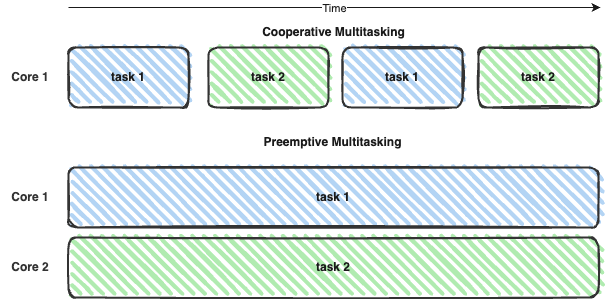
jaragont/orchestration-workshop keeps this draw.io diagram as assets/gitbook/images/concurrency_parallelism.png. Above is the earlier version. Source tidied: cells renumbered, new cells last; positions are measured from the earlier drawing's top-left corner, leaving out a move shared by most shapes. Source of this version:
```xml
<mxGraphModel background="#ffffff">
  <root>
    <mxCell id="0" />
    <mxCell id="1" parent="0" />
    <mxCell id="2" value="task 1" style="rounded=1;whiteSpace=wrap;html=1;strokeWidth=2;fillWeight=4;hachureGap=8;hachureAngle=45;fillColor=#B3D4F4;sketch=1;strokeColor=#333333;fontColor=#1A1A1A;fontStyle=1;" parent="1" vertex="1">
      <mxGeometry x="68" y="40" width="120" height="60" as="geometry" />
    </mxCell>
    <mxCell id="3" value="task 2" style="rounded=1;whiteSpace=wrap;html=1;strokeWidth=2;fillWeight=4;hachureGap=8;hachureAngle=45;fillColor=#B0EBB0;sketch=1;strokeColor=#333333;fontColor=#1A1A1A;fontStyle=1;" parent="1" vertex="1">
      <mxGeometry x="208" y="40" width="120" height="60" as="geometry" />
    </mxCell>
    <mxCell id="4" value="task 1" style="rounded=1;whiteSpace=wrap;html=1;strokeWidth=2;fillWeight=4;hachureGap=8;hachureAngle=45;fillColor=#B3D4F4;sketch=1;strokeColor=#333333;fontColor=#1A1A1A;fontStyle=1;" parent="1" vertex="1">
      <mxGeometry x="342" y="40" width="120" height="60" as="geometry" />
    </mxCell>
    <mxCell id="5" value="task 2" style="rounded=1;whiteSpace=wrap;html=1;strokeWidth=2;fillWeight=4;hachureGap=8;hachureAngle=45;fillColor=#B0EBB0;sketch=1;strokeColor=#333333;fontColor=#1A1A1A;fontStyle=1;" parent="1" vertex="1">
      <mxGeometry x="478" y="40" width="120" height="60" as="geometry" />
    </mxCell>
    <mxCell id="6" value="task 1" style="rounded=1;whiteSpace=wrap;html=1;strokeWidth=2;fillWeight=4;hachureGap=8;hachureAngle=45;fillColor=#B3D4F4;sketch=1;strokeColor=#333333;fontColor=#1A1A1A;fontStyle=1;" parent="1" vertex="1">
      <mxGeometry x="68" y="160" width="530" height="60" as="geometry" />
    </mxCell>
    <mxCell id="7" value="task 2" style="rounded=1;whiteSpace=wrap;html=1;strokeWidth=2;fillWeight=4;hachureGap=8;hachureAngle=45;fillColor=#B0EBB0;sketch=1;strokeColor=#333333;fontColor=#1A1A1A;fontStyle=1;" parent="1" vertex="1">
      <mxGeometry x="68" y="230" width="530" height="60" as="geometry" />
    </mxCell>
    <mxCell id="8" value="Core 1" style="text;html=1;strokeColor=none;fillColor=none;align=center;verticalAlign=middle;whiteSpace=wrap;rounded=0;fontColor=#333333;fontStyle=1;" parent="1" vertex="1">
      <mxGeometry y="175" width="60" height="30" as="geometry" />
    </mxCell>
    <mxCell id="9" value="Core 2" style="text;html=1;strokeColor=none;fillColor=none;align=center;verticalAlign=middle;whiteSpace=wrap;rounded=0;fontColor=#333333;fontStyle=1;" parent="1" vertex="1">
      <mxGeometry y="245" width="60" height="30" as="geometry" />
    </mxCell>
    <mxCell id="10" value="Core 1" style="text;html=1;strokeColor=none;fillColor=none;align=center;verticalAlign=middle;whiteSpace=wrap;rounded=0;fontColor=#333333;fontStyle=1;" parent="1" vertex="1">
      <mxGeometry y="55" width="60" height="30" as="geometry" />
    </mxCell>
    <mxCell id="11" style="endArrow=classic;html=1;fontColor=#1A1A1A;strokeColor=#1A1A1A;" parent="1" edge="1">
      <mxGeometry relative="1" as="geometry">
        <mxPoint x="68" as="sourcePoint" />
        <mxPoint x="600" as="targetPoint" />
      </mxGeometry>
    </mxCell>
    <mxCell id="12" value="Time" style="edgeLabel;html=1;align=center;verticalAlign=middle;strokeColor=#333333;fontColor=#1A1A1A;fillColor=#E6E6E6;labelBackgroundColor=#FFFFFF;" parent="11" vertex="1">
      <mxGeometry relative="1" as="geometry" />
    </mxCell>
    <mxCell id="13" value="Cooperative Multitasking" style="text;html=1;strokeColor=none;fillColor=none;align=center;verticalAlign=middle;whiteSpace=wrap;rounded=0;labelBackgroundColor=#FFFFFF;fontColor=#1A1A1A;fontStyle=1;" parent="1" vertex="1">
      <mxGeometry x="245" y="10" width="177" height="30" as="geometry" />
    </mxCell>
    <mxCell id="14" value="Preemptive Multitasking" style="text;html=1;strokeColor=none;fillColor=none;align=center;verticalAlign=middle;whiteSpace=wrap;rounded=0;labelBackgroundColor=#FFFFFF;fontColor=#1A1A1A;fontStyle=1;" parent="1" vertex="1">
      <mxGeometry x="244.5" y="120" width="177" height="30" as="geometry" />
    </mxCell>
  </root>
</mxGraphModel>
```
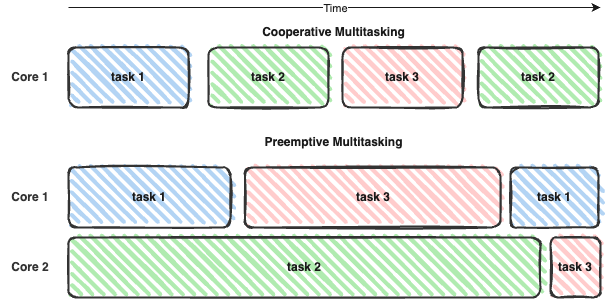
Above is the later version.

The edit, as a diff of the source:
```diff
@@ -8,17 +8,17 @@
     <mxCell id="3" value="task 2" style="rounded=1;whiteSpace=wrap;html=1;strokeWidth=2;fillWeight=4;hachureGap=8;hachureAngle=45;fillColor=#B0EBB0;sketch=1;strokeColor=#333333;fontColor=#1A1A1A;fontStyle=1;" parent="1" vertex="1">
       <mxGeometry x="208" y="40" width="120" height="60" as="geometry" />
     </mxCell>
-    <mxCell id="4" value="task 1" style="rounded=1;whiteSpace=wrap;html=1;strokeWidth=2;fillWeight=4;hachureGap=8;hachureAngle=45;fillColor=#B3D4F4;sketch=1;strokeColor=#333333;fontColor=#1A1A1A;fontStyle=1;" parent="1" vertex="1">
+    <mxCell id="4" value="task 3" style="rounded=1;whiteSpace=wrap;html=1;strokeWidth=2;fillWeight=4;hachureGap=8;hachureAngle=45;fillColor=#FFCCCC;sketch=1;strokeColor=#333333;fontColor=#1A1A1A;fontStyle=1;" parent="1" vertex="1">
       <mxGeometry x="342" y="40" width="120" height="60" as="geometry" />
     </mxCell>
     <mxCell id="5" value="task 2" style="rounded=1;whiteSpace=wrap;html=1;strokeWidth=2;fillWeight=4;hachureGap=8;hachureAngle=45;fillColor=#B0EBB0;sketch=1;strokeColor=#333333;fontColor=#1A1A1A;fontStyle=1;" parent="1" vertex="1">
       <mxGeometry x="478" y="40" width="120" height="60" as="geometry" />
     </mxCell>
     <mxCell id="6" value="task 1" style="rounded=1;whiteSpace=wrap;html=1;strokeWidth=2;fillWeight=4;hachureGap=8;hachureAngle=45;fillColor=#B3D4F4;sketch=1;strokeColor=#333333;fontColor=#1A1A1A;fontStyle=1;" parent="1" vertex="1">
-      <mxGeometry x="68" y="160" width="530" height="60" as="geometry" />
+      <mxGeometry x="68" y="160" width="162" height="60" as="geometry" />
     </mxCell>
     <mxCell id="7" value="task 2" style="rounded=1;whiteSpace=wrap;html=1;strokeWidth=2;fillWeight=4;hachureGap=8;hachureAngle=45;fillColor=#B0EBB0;sketch=1;strokeColor=#333333;fontColor=#1A1A1A;fontStyle=1;" parent="1" vertex="1">
-      <mxGeometry x="68" y="230" width="530" height="60" as="geometry" />
+      <mxGeometry x="68" y="230" width="472" height="60" as="geometry" />
     </mxCell>
     <mxCell id="8" value="Core 1" style="text;html=1;strokeColor=none;fillColor=none;align=center;verticalAlign=middle;whiteSpace=wrap;rounded=0;fontColor=#333333;fontStyle=1;" parent="1" vertex="1">
       <mxGeometry y="175" width="60" height="30" as="geometry" />
@@ -44,5 +44,14 @@
     <mxCell id="14" value="Preemptive Multitasking" style="text;html=1;strokeColor=none;fillColor=none;align=center;verticalAlign=middle;whiteSpace=wrap;rounded=0;labelBackgroundColor=#FFFFFF;fontColor=#1A1A1A;fontStyle=1;" parent="1" vertex="1">
       <mxGeometry x="244.5" y="120" width="177" height="30" as="geometry" />
     </mxCell>
+    <mxCell id="15" value="task 3" style="rounded=1;whiteSpace=wrap;html=1;strokeWidth=2;fillWeight=4;hachureGap=8;hachureAngle=45;fillColor=#FFCCCC;sketch=1;strokeColor=#333333;fontColor=#1A1A1A;fontStyle=1;" parent="1" vertex="1">
+      <mxGeometry x="244.5" y="160" width="255.5" height="60" as="geometry" />
+    </mxCell>
+    <mxCell id="16" value="task 1" style="rounded=1;whiteSpace=wrap;html=1;strokeWidth=2;fillWeight=4;hachureGap=8;hachureAngle=45;fillColor=#B3D4F4;sketch=1;strokeColor=#333333;fontColor=#1A1A1A;fontStyle=1;" parent="1" vertex="1">
+      <mxGeometry x="510" y="160" width="88" height="60" as="geometry" />
+    </mxCell>
+    <mxCell id="17" value="task 3" style="rounded=1;whiteSpace=wrap;html=1;strokeWidth=2;fillWeight=4;hachureGap=8;hachureAngle=45;fillColor=#FFCCCC;sketch=1;strokeColor=#333333;fontColor=#1A1A1A;fontStyle=1;" parent="1" vertex="1">
+      <mxGeometry x="550" y="230" width="50" height="60" as="geometry" />
+    </mxCell>
   </root>
 </mxGraphModel>
```
